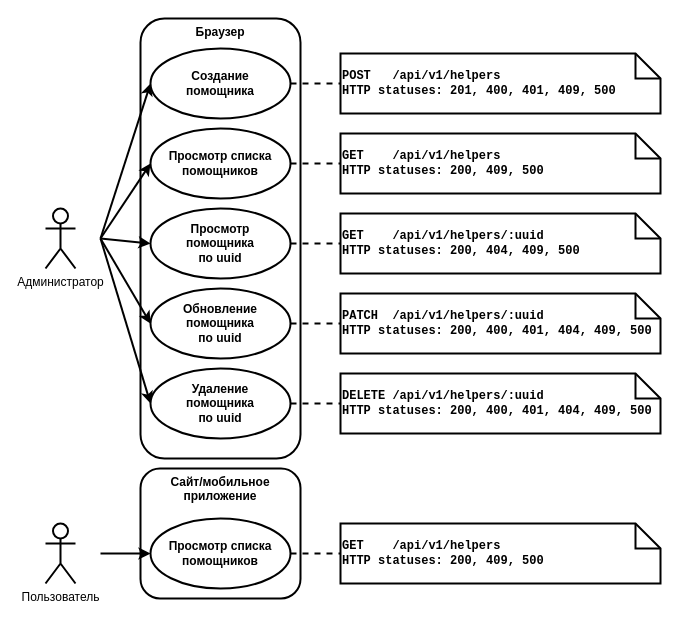
This is sources/images/UML/UML_precedent_helpres.drawio from Pavel-Innokentevich-Galanin/dp_report, a draw.io file, before an edit. Source tidied: cells renumbered, new cells numbered last; positions are measured from the earlier drawing's top-left corner, leaving out a move shared by most shapes. Both pictures are drawn from the tidied source at 100%, with x=0, y=0 at pixel (20, 18).
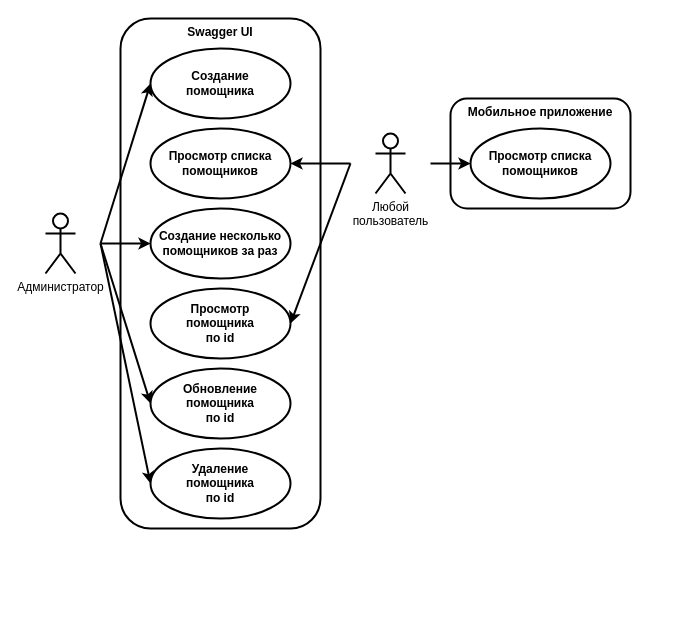
Above is the later version.

The change refers to these unchanged cells:
```xml
<mxCell id="7" value="Создание&lt;br&gt;помощника" style="ellipse;whiteSpace=wrap;html=1;strokeWidth=2;fontStyle=1;" parent="1" vertex="1">
  <mxGeometry x="130" y="30" width="140" height="70" as="geometry" />
</mxCell>
<mxCell id="9" value="Просмотр списка помощников" style="ellipse;whiteSpace=wrap;html=1;strokeWidth=2;fontStyle=1;" parent="1" vertex="1">
  <mxGeometry x="130" y="110" width="140" height="70" as="geometry" />
</mxCell>
```

What changed in the source:
```diff
@@
     <mxCell id="2" value="&amp;nbsp;" style="html=1;whiteSpace=wrap;fillColor=none;strokeColor=none;" parent="1" vertex="1">
-      <mxGeometry y="160" width="80" height="120" as="geometry" />
+      <mxGeometry y="165" width="80" height="120" as="geometry" />
     </mxCell>
-    <mxCell id="3" value="Браузер" style="html=1;whiteSpace=wrap;rounded=1;strokeWidth=2;fontStyle=1;verticalAlign=top;" parent="1" vertex="1">
-      <mxGeometry x="120" width="160" height="440" as="geometry" />
+    <mxCell id="3" value="Swagger UI" style="html=1;whiteSpace=wrap;rounded=1;strokeWidth=2;fontStyle=1;verticalAlign=top;" parent="1" vertex="1">
+      <mxGeometry x="100" width="200" height="510" as="geometry" />
     </mxCell>
-    <mxCell id="4" value="Администратор" style="shape=umlActor;verticalLabelPosition=bottom;verticalAlign=top;html=1;fontStyle=0;strokeWidth=2;" parent="1" vertex="1">
-      <mxGeometry x="25" y="190" width="30" height="60" as="geometry" />
-    </mxCell>
-    <mxCell id="5" value="Сайт/мобильное приложение" style="html=1;whiteSpace=wrap;rounded=1;strokeWidth=2;fontStyle=1;verticalAlign=top;" parent="1" vertex="1">
-      <mxGeometry x="120" y="450" width="160" height="130" as="geometry" />
+    <mxCell id="5" value="Мобильное приложение" style="html=1;whiteSpace=wrap;rounded=1;strokeWidth=2;fontStyle=1;verticalAlign=top;" parent="1" vertex="1">
+      <mxGeometry x="430" y="80" width="180" height="110" as="geometry" />
     </mxCell>
-    <mxCell id="6" style="rounded=0;jettySize=auto;html=1;exitX=1;exitY=0.5;exitDx=0;exitDy=0;entryX=0;entryY=0.5;entryDx=0;entryDy=0;entryPerimeter=0;dashed=1;endArrow=none;endFill=0;strokeWidth=2;" parent="1" edge="1" source="7" target="26">
-      <mxGeometry relative="1" as="geometry" />
-    </mxCell>
@@
-    <mxCell id="8" style="rounded=0;jettySize=auto;html=1;exitX=1;exitY=0.5;exitDx=0;exitDy=0;entryX=0;entryY=0.5;entryDx=0;entryDy=0;entryPerimeter=0;dashed=1;endArrow=none;endFill=0;strokeWidth=2;" parent="1" edge="1" source="9" target="27">
-      <mxGeometry relative="1" as="geometry" />
-    </mxCell>
@@
-    <mxCell id="10" style="rounded=0;jettySize=auto;html=1;exitX=1;exitY=0.5;exitDx=0;exitDy=0;entryX=0;entryY=0.5;entryDx=0;entryDy=0;entryPerimeter=0;dashed=1;endArrow=none;endFill=0;strokeWidth=2;" parent="1" edge="1" source="11" target="31">
-      <mxGeometry relative="1" as="geometry" />
-    </mxCell>
     <mxCell id="11" value="Просмотр списка помощников" style="ellipse;whiteSpace=wrap;html=1;strokeWidth=2;fontStyle=1;" parent="1" vertex="1">
-      <mxGeometry x="130" y="500" width="140" height="70" as="geometry" />
+      <mxGeometry x="450" y="110" width="140" height="70" as="geometry" />
     </mxCell>
-    <mxCell id="12" style="rounded=0;jettySize=auto;html=1;exitX=1;exitY=0.5;exitDx=0;exitDy=0;dashed=1;endArrow=none;endFill=0;strokeWidth=2;" parent="1" edge="1" source="13" target="28">
-      <mxGeometry relative="1" as="geometry" />
-    </mxCell>
-    <mxCell id="13" value="Просмотр&lt;br&gt;помощника&lt;br&gt;по uuid" style="ellipse;whiteSpace=wrap;html=1;strokeWidth=2;fontStyle=1;" parent="1" vertex="1">
-      <mxGeometry x="130" y="190" width="140" height="70" as="geometry" />
+    <mxCell id="13" value="Просмотр&lt;br&gt;помощника&lt;br&gt;по id" style="ellipse;whiteSpace=wrap;html=1;strokeWidth=2;fontStyle=1;" parent="1" vertex="1">
+      <mxGeometry x="130" y="270" width="140" height="70" as="geometry" />
     </mxCell>
-    <mxCell id="14" style="rounded=0;jettySize=auto;html=1;exitX=1;exitY=0.5;exitDx=0;exitDy=0;dashed=1;strokeWidth=2;endArrow=none;endFill=0;" parent="1" edge="1" source="15" target="29">
-      <mxGeometry relative="1" as="geometry" />
-    </mxCell>
-    <mxCell id="15" value="Обновление&lt;br&gt;помощника&lt;br&gt;по uuid" style="ellipse;whiteSpace=wrap;html=1;strokeWidth=2;fontStyle=1;" parent="1" vertex="1">
-      <mxGeometry x="130" y="270" width="140" height="70" as="geometry" />
+    <mxCell id="15" value="Обновление&lt;br&gt;помощника&lt;br&gt;по id" style="ellipse;whiteSpace=wrap;html=1;strokeWidth=2;fontStyle=1;" parent="1" vertex="1">
+      <mxGeometry x="130" y="350" width="140" height="70" as="geometry" />
     </mxCell>
-    <mxCell id="16" style="rounded=0;jettySize=auto;html=1;exitX=1;exitY=0.5;exitDx=0;exitDy=0;entryX=0;entryY=0.5;entryDx=0;entryDy=0;entryPerimeter=0;dashed=1;endArrow=none;endFill=0;strokeWidth=2;" parent="1" edge="1" source="17" target="30">
-      <mxGeometry relative="1" as="geometry" />
-    </mxCell>
-    <mxCell id="17" value="Удаление&lt;br&gt;помощника&lt;br&gt;по uuid" style="ellipse;whiteSpace=wrap;html=1;strokeWidth=2;fontStyle=1;" parent="1" vertex="1">
-      <mxGeometry x="130" y="350" width="140" height="70" as="geometry" />
+    <mxCell id="17" value="Удаление&lt;br&gt;помощника&lt;br&gt;по id" style="ellipse;whiteSpace=wrap;html=1;strokeWidth=2;fontStyle=1;" parent="1" vertex="1">
+      <mxGeometry x="130" y="430" width="140" height="70" as="geometry" />
     </mxCell>
@@
+    <mxCell id="32" style="rounded=0;jettySize=auto;html=1;exitX=0;exitY=0.5;exitDx=0;exitDy=0;entryX=1;entryY=0.5;entryDx=0;entryDy=0;strokeWidth=2;" parent="1" edge="1" source="19" target="9">
+      <mxGeometry relative="1" as="geometry" />
+    </mxCell>
+    <mxCell id="33" style="rounded=0;jettySize=auto;html=1;exitX=0;exitY=0.5;exitDx=0;exitDy=0;entryX=1;entryY=0.5;entryDx=0;entryDy=0;strokeWidth=2;" parent="1" edge="1" source="19" target="13">
+      <mxGeometry relative="1" as="geometry" />
+    </mxCell>
     <mxCell id="19" value="&amp;nbsp;" style="html=1;whiteSpace=wrap;strokeColor=none;fillColor=none;" parent="1" vertex="1">
-      <mxGeometry y="475" width="80" height="120" as="geometry" />
+      <mxGeometry x="330" y="85" width="80" height="120" as="geometry" />
     </mxCell>
-    <mxCell id="20" value="Пользователь" style="shape=umlActor;verticalLabelPosition=bottom;verticalAlign=top;html=1;fontStyle=0;strokeWidth=2;" parent="1" vertex="1">
-      <mxGeometry x="25" y="505" width="30" height="60" as="geometry" />
+    <mxCell id="20" value="Любой&lt;br&gt;пользователь" style="shape=umlActor;verticalLabelPosition=bottom;verticalAlign=top;html=1;fontStyle=0;strokeWidth=2;" parent="1" vertex="1">
+      <mxGeometry x="355" y="115" width="30" height="60" as="geometry" />
     </mxCell>
@@
-    <mxCell id="22" style="rounded=0;jettySize=auto;html=1;exitX=1;exitY=0.5;exitDx=0;exitDy=0;entryX=0;entryY=0.5;entryDx=0;entryDy=0;strokeWidth=2;" parent="1" edge="1" source="2" target="9">
-      <mxGeometry relative="1" as="geometry" />
-    </mxCell>
-    <mxCell id="23" style="rounded=0;jettySize=auto;html=1;exitX=1;exitY=0.5;exitDx=0;exitDy=0;entryX=0;entryY=0.5;entryDx=0;entryDy=0;strokeWidth=2;" parent="1" edge="1" source="2" target="13">
-      <mxGeometry relative="1" as="geometry" />
-    </mxCell>
+    <mxCell id="34" value="Создание несколько&lt;br&gt;помощников за раз" style="ellipse;whiteSpace=wrap;html=1;strokeWidth=2;fontStyle=1;" parent="1" vertex="1">
+      <mxGeometry x="130" y="190" width="140" height="70" as="geometry" />
+    </mxCell>
+    <mxCell id="35" style="rounded=0;jettySize=auto;html=1;exitX=1;exitY=0.5;exitDx=0;exitDy=0;entryX=0;entryY=0.5;entryDx=0;entryDy=0;strokeWidth=2;" parent="1" edge="1" source="2" target="34">
+      <mxGeometry relative="1" as="geometry" />
+    </mxCell>
@@
-    <mxCell id="26" value="POST&amp;nbsp; &amp;nbsp;/api/v1/helpers&lt;br&gt;HTTP statuses: 201, 400, 401, 409, 500" style="shape=note2;boundedLbl=1;whiteSpace=wrap;html=1;size=25;verticalAlign=middle;align=left;strokeWidth=2;fontStyle=1;fontFamily=Courier New;" parent="1" vertex="1">
-      <mxGeometry x="320" y="35" width="320" height="60" as="geometry" />
-    </mxCell>
-    <mxCell id="27" value="GET&amp;nbsp; &amp;nbsp; /api/v1/helpers&lt;br&gt;HTTP statuses: 200, 409, 500" style="shape=note2;boundedLbl=1;whiteSpace=wrap;html=1;size=25;verticalAlign=middle;align=left;strokeWidth=2;fontStyle=1;fontFamily=Courier New;" parent="1" vertex="1">
-      <mxGeometry x="320" y="115" width="320" height="60" as="geometry" />
-    </mxCell>
-    <mxCell id="28" value="GET&amp;nbsp; &amp;nbsp; /api/v1/helpers/:uuid&lt;br&gt;HTTP statuses: 200, 404, 409, 500" style="shape=note2;boundedLbl=1;whiteSpace=wrap;html=1;size=25;verticalAlign=middle;align=left;strokeWidth=2;fontStyle=1;fontFamily=Courier New;" parent="1" vertex="1">
-      <mxGeometry x="320" y="195" width="320" height="60" as="geometry" />
-    </mxCell>
-    <mxCell id="29" value="PATCH&amp;nbsp; /api/v1/helpers/:uuid&lt;br&gt;HTTP statuses: 200, 400, 401, 404, 409, 500" style="shape=note2;boundedLbl=1;whiteSpace=wrap;html=1;size=25;verticalAlign=middle;align=left;strokeWidth=2;fontStyle=1;fontFamily=Courier New;" parent="1" vertex="1">
-      <mxGeometry x="320" y="275" width="320" height="60" as="geometry" />
-    </mxCell>
-    <mxCell id="30" value="DELETE /api/v1/helpers/:uuid&lt;br&gt;HTTP statuses: 200, 400, 401, 404, 409, 500" style="shape=note2;boundedLbl=1;whiteSpace=wrap;html=1;size=25;verticalAlign=middle;align=left;strokeWidth=2;fontStyle=1;fontFamily=Courier New;" parent="1" vertex="1">
-      <mxGeometry x="320" y="355" width="320" height="60" as="geometry" />
-    </mxCell>
-    <mxCell id="31" value="GET&amp;nbsp; &amp;nbsp; /api/v1/helpers&lt;br&gt;HTTP statuses: 200, 409, 500" style="shape=note2;boundedLbl=1;whiteSpace=wrap;html=1;size=25;verticalAlign=middle;align=left;strokeWidth=2;fontStyle=1;fontFamily=Courier New;" parent="1" vertex="1">
-      <mxGeometry x="320" y="505" width="320" height="60" as="geometry" />
-    </mxCell>
+    <mxCell id="4" value="Администратор" style="shape=umlActor;verticalLabelPosition=bottom;verticalAlign=top;html=1;fontStyle=0;strokeWidth=2;" parent="1" vertex="1">
+      <mxGeometry x="25" y="195" width="30" height="60" as="geometry" />
+    </mxCell>
```
